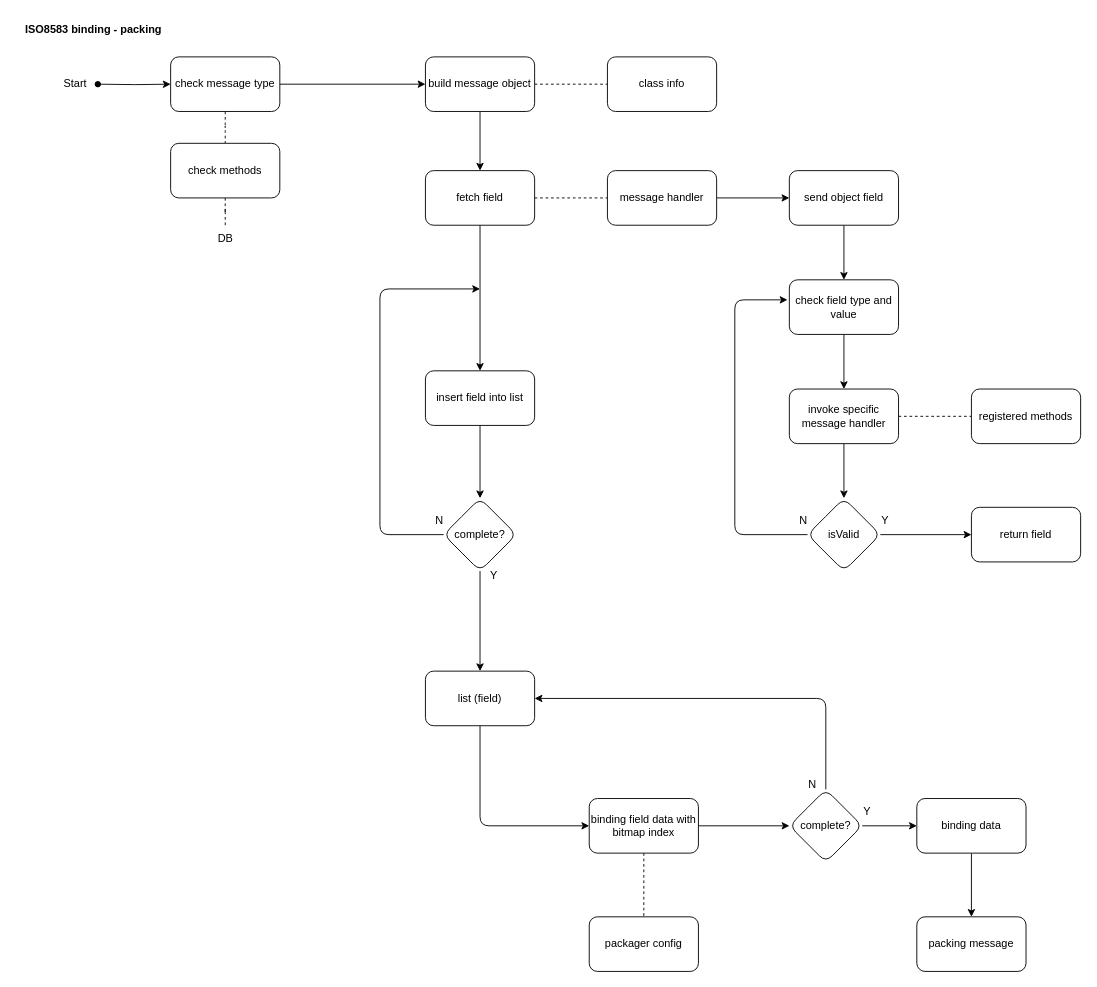
Before: page "Page-4" (4 of 4) of ISO8583 binding-packing.drawio in PramudiaPutra/diagrams, a draw.io diagram. Source tidied: cells renumbered, new cells numbered last; positions are measured from the earlier drawing's top-left corner, leaving out a move shared by most shapes. Both pictures are drawn from the tidied source at 91%, with x=0, y=0 at pixel (15, 15).
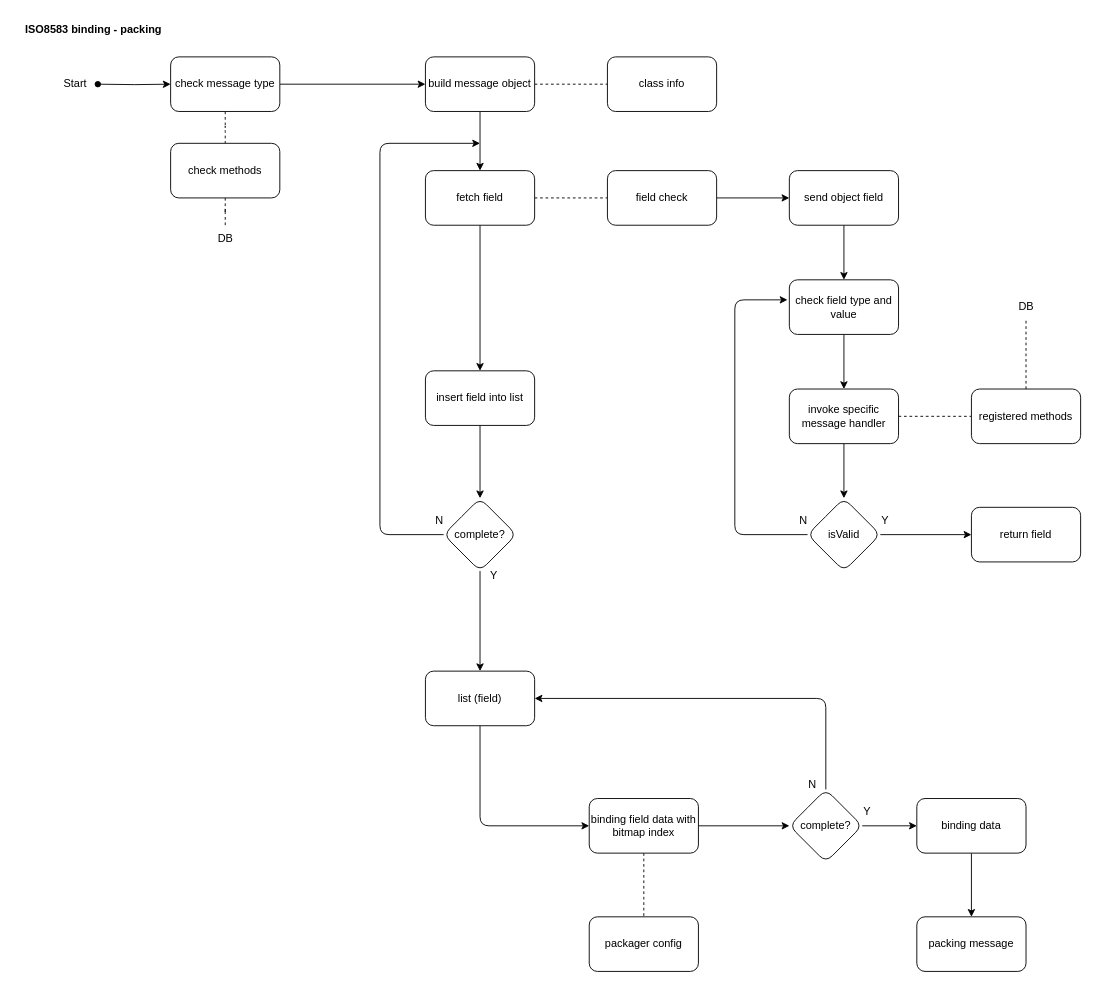
Above is the later version.

The change refers to these unchanged cells:
```xml
<mxCell id="36" value="registered methods" style="whiteSpace=wrap;html=1;rounded=1;" parent="1" vertex="1">
  <mxGeometry x="1050" y="410" width="120" height="60" as="geometry" />
</mxCell>
<mxCell id="46" value="complete?" style="rhombus;whiteSpace=wrap;html=1;rounded=1;" parent="1" vertex="1">
  <mxGeometry x="470" y="530" width="80" height="80" as="geometry" />
</mxCell>
```

Change to the diagram source:
```diff
@@
+    <mxCell id="56" style="edgeStyle=orthogonalEdgeStyle;rounded=0;jettySize=auto;html=1;entryX=0.5;entryY=1;entryDx=0;entryDy=0;entryPerimeter=0;dashed=1;endArrow=none;endFill=0;" parent="1" edge="1" source="36" target="57">
+      <mxGeometry relative="1" as="geometry" />
+    </mxCell>
@@
     <mxCell id="44" style="edgeStyle=orthogonalEdgeStyle;rounded=1;jettySize=auto;html=1;endArrow=classic;endFill=1;exitX=0;exitY=0.5;exitDx=0;exitDy=0;" parent="1" edge="1" source="46">
       <mxGeometry relative="1" as="geometry">
-        <mxPoint x="510" y="300" as="targetPoint" />
+        <mxPoint x="510" y="140" as="targetPoint" />
         <Array as="points">
           <mxPoint x="400" y="570" />
-          <mxPoint x="400" y="300" />
+          <mxPoint x="400" y="140" />
+          <mxPoint x="510" y="140" />
         </Array>
       </mxGeometry>
     </mxCell>
@@
-    <mxCell id="52" value="message handler" style="rounded=1;whiteSpace=wrap;html=1;" parent="1" vertex="1">
+    <mxCell id="52" value="field check" style="rounded=1;whiteSpace=wrap;html=1;" parent="1" vertex="1">
       <mxGeometry x="650" y="170" width="120" height="60" as="geometry" />
     </mxCell>
@@
+    <mxCell id="57" value="DB" style="text;html=1;align=center;verticalAlign=middle;points=[];strokeColor=none;fillColor=none;" parent="1" vertex="1">
+      <mxGeometry x="1090" y="305" width="40" height="30" as="geometry" />
+    </mxCell>
```
